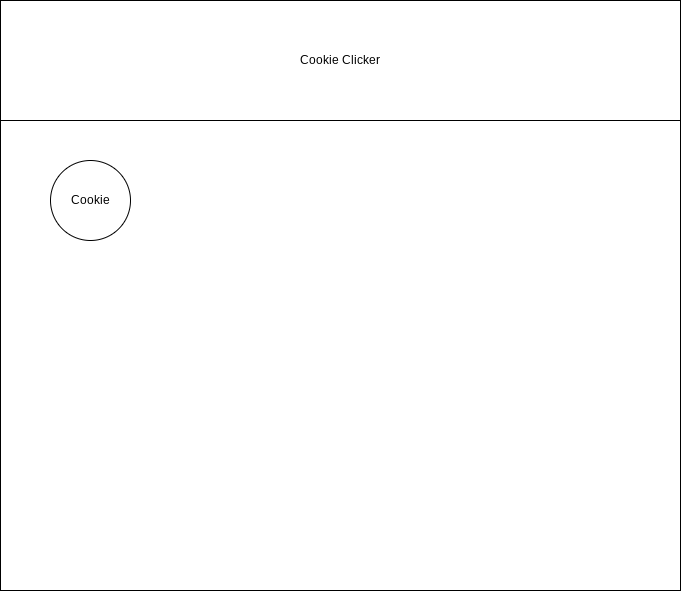
The draw.io diagram designs/storyboard.png in AvaVenturino/ICS20-Unit-6-02-JS, before a commit. Source tidied: cells renumbered, new cells last; positions are measured from the earlier drawing's top-left corner, leaving out a move shared by most shapes. Source of this version:
```xml
<mxGraphModel>
  <root>
    <mxCell id="0" />
    <mxCell id="1" parent="0" />
    <mxCell id="2" style="rounded=0;whiteSpace=wrap;html=1;" parent="1" vertex="1">
      <mxGeometry width="680" height="590" as="geometry" />
    </mxCell>
    <mxCell id="3" value="Cookie Clicker" style="rounded=0;whiteSpace=wrap;html=1;" parent="1" vertex="1">
      <mxGeometry width="680" height="120" as="geometry" />
    </mxCell>
    <mxCell id="4" value="Cookie" style="ellipse;whiteSpace=wrap;html=1;" parent="1" vertex="1">
      <mxGeometry x="50" y="160" width="80" height="80" as="geometry" />
    </mxCell>
  </root>
</mxGraphModel>
```
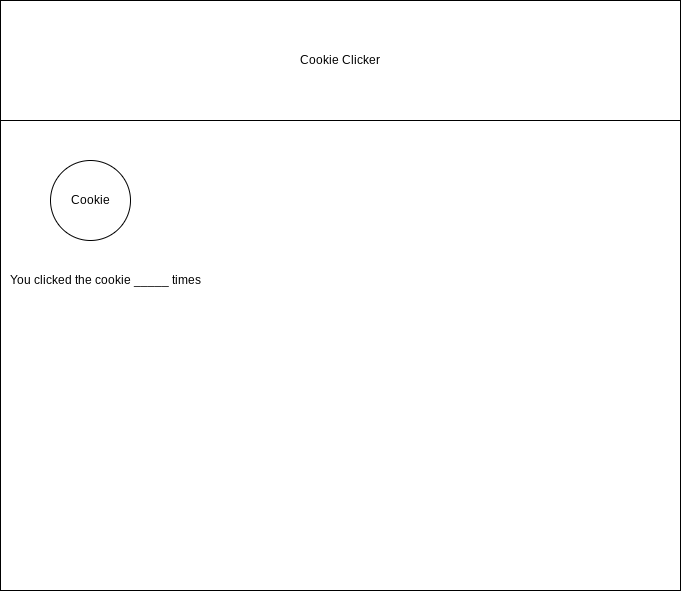
The same diagram one commit later.

What changed in the source:
```diff
@@ -11,5 +11,8 @@
     <mxCell id="4" value="Cookie" style="ellipse;whiteSpace=wrap;html=1;" parent="1" vertex="1">
       <mxGeometry x="50" y="160" width="80" height="80" as="geometry" />
     </mxCell>
+    <mxCell id="5" value="You clicked the cookie _____ times" style="text;html=1;align=center;verticalAlign=middle;strokeColor=none;fillColor=none;" parent="1" vertex="1">
+      <mxGeometry y="270" width="210" height="20" as="geometry" />
+    </mxCell>
   </root>
 </mxGraphModel>
```
